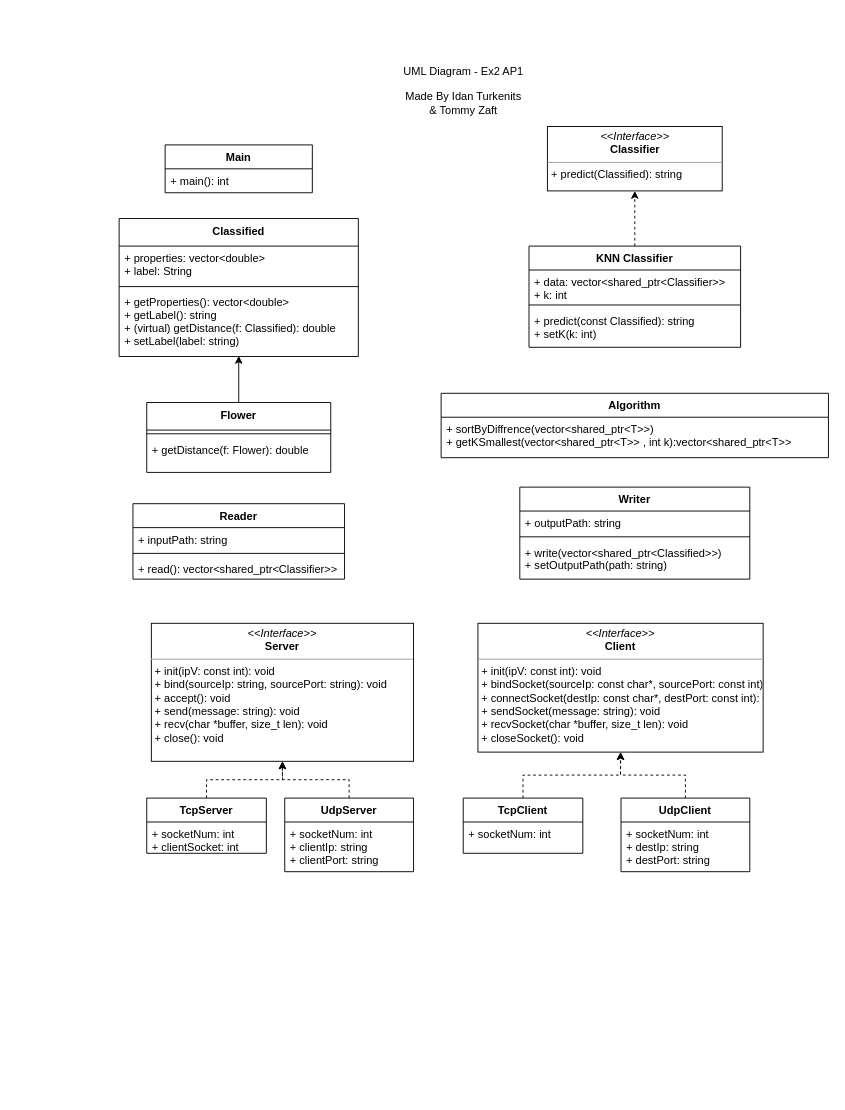
This is uml.drawio from Tom-stack3/AP1-ex3, a draw.io file, before an edit. Source tidied: cells renumbered, new cells numbered last; positions are measured from the earlier drawing's top-left corner, leaving out a move shared by most shapes. Both pictures are drawn from the tidied source at 92%, with x=0, y=0 at pixel (119, 62).
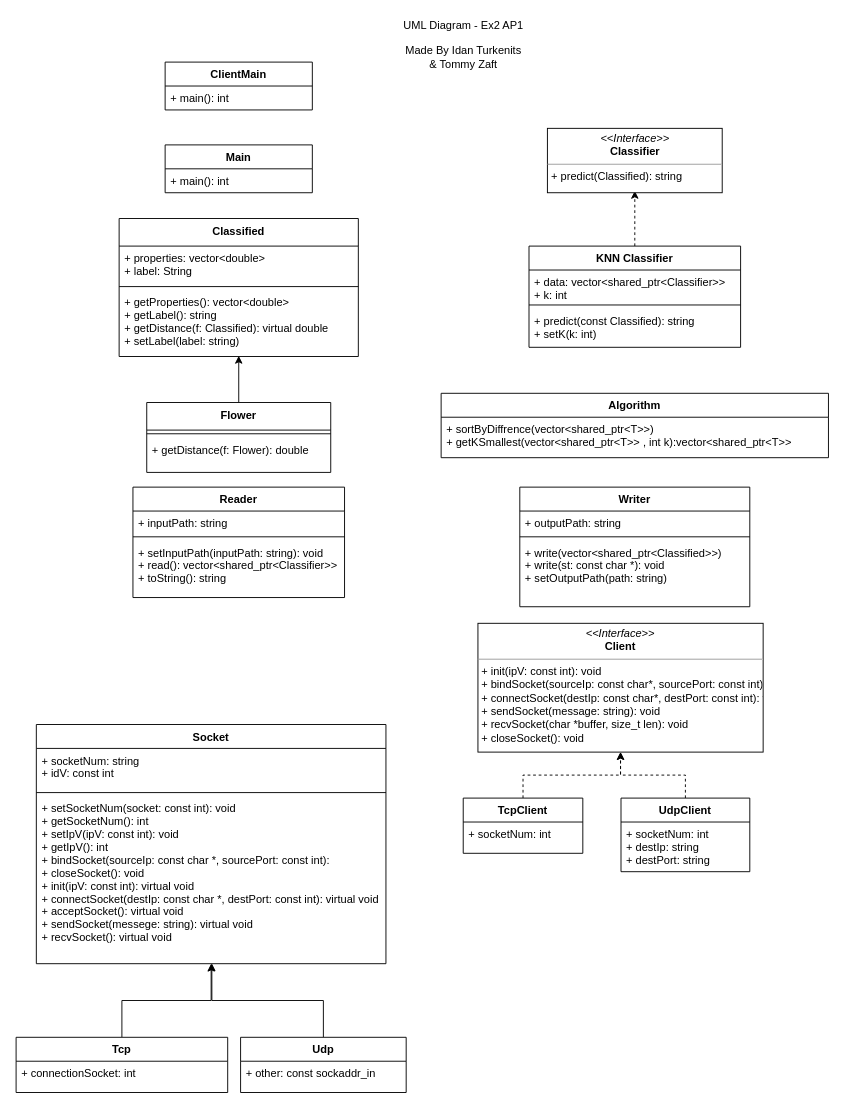
After the change.

Unchanged cells that the change refers to:
```xml
<mxCell id="22" value="KNN Classifier" style="swimlane;fontStyle=1;align=center;verticalAlign=top;horizontal=1;startSize=26;" parent="1" vertex="1">
  <mxGeometry x="445.5" y="200" width="230" height="110" as="geometry" />
</mxCell>
<mxCell id="26" value="Classified" style="swimlane;fontStyle=1;align=center;verticalAlign=top;horizontal=1;startSize=30;" parent="1" vertex="1">
  <mxGeometry y="170" width="260" height="150" as="geometry" />
</mxCell>
```

Change to the diagram source:
```diff
@@
     <mxCell id="2" value="Reader" style="swimlane;fontStyle=1;align=center;verticalAlign=top;horizontal=1;startSize=26;" parent="1" vertex="1">
-      <mxGeometry x="15" y="480" width="230" height="82" as="geometry" />
+      <mxGeometry x="15" y="462" width="230" height="120" as="geometry" />
     </mxCell>
@@
-    <mxCell id="5" value="+ read(): vector&lt;shared_ptr&lt;Classifier&gt;&gt;" style="text;strokeColor=none;fillColor=none;align=left;verticalAlign=top;spacingLeft=4;spacingRight=4;overflow=hidden;" parent="2" vertex="1">
-      <mxGeometry y="58" width="230" height="24" as="geometry" />
+    <mxCell id="5" value="+ setInputPath(inputPath: string): void&#10;+ read(): vector&lt;shared_ptr&lt;Classifier&gt;&gt;&#10;+ toString(): string" style="text;strokeColor=none;fillColor=none;align=left;verticalAlign=top;spacingLeft=4;spacingRight=4;overflow=hidden;" parent="2" vertex="1">
+      <mxGeometry y="58" width="230" height="62" as="geometry" />
     </mxCell>
-    <mxCell id="6" style="edgeStyle=orthogonalEdgeStyle;rounded=0;jettySize=auto;html=1;exitX=0.5;exitY=0;exitDx=0;exitDy=0;dashed=1;entryX=0.5;entryY=1;entryDx=0;entryDy=0;" parent="1" edge="1" source="22" target="15">
-      <mxGeometry relative="1" as="geometry" />
+    <mxCell id="6" style="edgeStyle=orthogonalEdgeStyle;rounded=0;jettySize=auto;html=1;exitX=0.5;exitY=0;exitDx=0;exitDy=0;dashed=1;entryX=0.5;entryY=1;entryDx=0;entryDy=0;" parent="1" edge="1" source="22">
+      <mxGeometry relative="1" as="geometry">
+        <mxPoint x="560.5" y="140" as="targetPoint" />
+      </mxGeometry>
     </mxCell>
@@
     <mxCell id="11" value="Writer" style="swimlane;fontStyle=1;align=center;verticalAlign=top;horizontal=1;startSize=26;" parent="1" vertex="1">
-      <mxGeometry x="435.5" y="462" width="250" height="100" as="geometry" />
+      <mxGeometry x="435.5" y="462" width="250" height="130" as="geometry" />
     </mxCell>
@@
-    <mxCell id="14" value="+ write(vector&lt;shared_ptr&lt;Classified&gt;&gt;)&#10;+ setOutputPath(path: string)" style="text;strokeColor=none;fillColor=none;align=left;verticalAlign=top;spacingLeft=4;spacingRight=4;overflow=hidden;" parent="11" vertex="1">
-      <mxGeometry y="58" width="250" height="42" as="geometry" />
+    <mxCell id="14" value="+ write(vector&lt;shared_ptr&lt;Classified&gt;&gt;)&#10;+ write(st: const char *): void&#10;+ setOutputPath(path: string)" style="text;strokeColor=none;fillColor=none;align=left;verticalAlign=top;spacingLeft=4;spacingRight=4;overflow=hidden;" parent="11" vertex="1">
+      <mxGeometry y="58" width="250" height="72" as="geometry" />
     </mxCell>
     <mxCell id="15" value="&lt;p style=&quot;margin: 0px ; margin-top: 4px ; text-align: center&quot;&gt;&lt;i&gt;&amp;lt;&amp;lt;Interface&amp;gt;&amp;gt;&lt;/i&gt;&lt;br&gt;&lt;b&gt;Classifier&lt;/b&gt;&lt;/p&gt;&lt;hr size=&quot;1&quot;&gt;&lt;p style=&quot;margin: 0px ; margin-left: 4px&quot;&gt;+ predict(Classified): string&lt;br&gt;&lt;br&gt;&lt;/p&gt;" style="verticalAlign=top;align=left;overflow=fill;fontSize=12;fontFamily=Helvetica;html=1;" parent="1" vertex="1">
-      <mxGeometry x="465.5" y="70" width="190" height="70" as="geometry" />
+      <mxGeometry x="465.5" y="72" width="190" height="70" as="geometry" />
     </mxCell>
@@
     <mxCell id="18" value="UML Diagram - Ex2 AP1" style="text;html=1;align=center;verticalAlign=middle;fillColor=none;strokeColor=none;rounded=0;" parent="1" vertex="1">
-      <mxGeometry x="299" width="150" height="20" as="geometry" />
+      <mxGeometry x="299" y="-50" width="150" height="20" as="geometry" />
     </mxCell>
     <mxCell id="19" value="Made By Idan Turkenits&lt;br&gt;&amp;amp; Tommy Zaft" style="text;html=1;align=center;verticalAlign=middle;strokeColor=none;imageWidth=50;" parent="1" vertex="1">
-      <mxGeometry x="304" y="30" width="140" height="30" as="geometry" />
+      <mxGeometry x="304" y="-20" width="140" height="30" as="geometry" />
     </mxCell>
@@
-    <mxCell id="29" value="+ getProperties(): vector&lt;double&gt;&#10;+ getLabel(): string&#10;+ (virtual) getDistance(f: Classified): double&#10;+ setLabel(label: string)" style="text;strokeColor=none;fillColor=none;align=left;verticalAlign=top;spacingLeft=4;spacingRight=4;overflow=hidden;points=[[0,0.5],[1,0.5]];portConstraint=eastwest;" parent="26" vertex="1">
+    <mxCell id="29" value="+ getProperties(): vector&lt;double&gt;&#10;+ getLabel(): string&#10;+ getDistance(f: Classified): virtual double&#10;+ setLabel(label: string)" style="text;strokeColor=none;fillColor=none;align=left;verticalAlign=top;spacingLeft=4;spacingRight=4;overflow=hidden;points=[[0,0.5],[1,0.5]];portConstraint=eastwest;" parent="26" vertex="1">
       <mxGeometry y="78" width="260" height="72" as="geometry" />
     </mxCell>
-    <mxCell id="30" value="&lt;p style=&quot;margin: 0px ; margin-top: 4px ; text-align: center&quot;&gt;&lt;i&gt;&amp;lt;&amp;lt;Interface&amp;gt;&amp;gt;&lt;/i&gt;&lt;br&gt;&lt;b&gt;Server&lt;/b&gt;&lt;/p&gt;&lt;hr size=&quot;1&quot;&gt;&lt;p style=&quot;margin: 0px 0px 0px 4px&quot;&gt;+ init(ipV: const int): void&lt;/p&gt;&lt;p style=&quot;margin: 0px 0px 0px 4px&quot;&gt;+ bind(sourceIp: string, sourcePort: string): void&lt;/p&gt;&lt;p style=&quot;margin: 0px 0px 0px 4px&quot;&gt;+ accept(): void&lt;/p&gt;&lt;p style=&quot;margin: 0px 0px 0px 4px&quot;&gt;+ send(message: string): void&lt;/p&gt;&lt;p style=&quot;margin: 0px 0px 0px 4px&quot;&gt;+ recv(char *buffer, size_t len): void&lt;/p&gt;&lt;p style=&quot;margin: 0px 0px 0px 4px&quot;&gt;+ close(): void&lt;/p&gt;&lt;p style=&quot;margin: 0px ; margin-left: 4px&quot;&gt;&lt;br&gt;&lt;/p&gt;" style="verticalAlign=top;align=left;overflow=fill;fontSize=12;fontFamily=Helvetica;html=1;" parent="1" vertex="1">
-      <mxGeometry x="35" y="610" width="285" height="150" as="geometry" />
-    </mxCell>
@@
-    <mxCell id="38" style="edgeStyle=orthogonalEdgeStyle;rounded=0;jumpStyle=none;jumpSize=2;jettySize=auto;html=1;exitX=0.5;exitY=0;exitDx=0;exitDy=0;entryX=0.5;entryY=1;entryDx=0;entryDy=0;dashed=1;" parent="1" edge="1" source="39" target="30">
-      <mxGeometry relative="1" as="geometry" />
-    </mxCell>
-    <mxCell id="39" value="TcpServer" style="swimlane;fontStyle=1;align=center;verticalAlign=top;horizontal=1;startSize=26;" parent="1" vertex="1">
-      <mxGeometry x="30" y="800" width="130" height="60" as="geometry" />
-    </mxCell>
-    <mxCell id="40" value="+ socketNum: int&#10;+ clientSocket: int" style="text;strokeColor=none;fillColor=none;align=left;verticalAlign=top;spacingLeft=4;spacingRight=4;overflow=hidden;" parent="39" vertex="1">
-      <mxGeometry y="26" width="130" height="34" as="geometry" />
-    </mxCell>
-    <mxCell id="41" style="edgeStyle=orthogonalEdgeStyle;rounded=0;jumpStyle=none;jumpSize=2;jettySize=auto;html=1;exitX=0.5;exitY=0;exitDx=0;exitDy=0;entryX=0.5;entryY=1;entryDx=0;entryDy=0;dashed=1;" parent="1" edge="1" source="42" target="30">
-      <mxGeometry relative="1" as="geometry" />
-    </mxCell>
-    <mxCell id="42" value="UdpServer" style="swimlane;fontStyle=1;align=center;verticalAlign=top;horizontal=1;startSize=26;" parent="1" vertex="1">
-      <mxGeometry x="180" y="800" width="140" height="80" as="geometry" />
-    </mxCell>
-    <mxCell id="43" value="+ socketNum: int&#10;+ clientIp: string&#10;+ clientPort: string" style="text;strokeColor=none;fillColor=none;align=left;verticalAlign=top;spacingLeft=4;spacingRight=4;overflow=hidden;" parent="42" vertex="1">
-      <mxGeometry y="26" width="140" height="54" as="geometry" />
-    </mxCell>
+    <mxCell id="44" value="Socket" style="swimlane;fontStyle=1;align=center;verticalAlign=top;horizontal=1;startSize=26;" parent="1" vertex="1">
+      <mxGeometry x="-90" y="720" width="380" height="260" as="geometry" />
+    </mxCell>
+    <mxCell id="45" value="+ socketNum: string&#10;+ idV: const int&#10;&#10;" style="text;strokeColor=none;fillColor=none;align=left;verticalAlign=top;spacingLeft=4;spacingRight=4;overflow=hidden;" parent="44" vertex="1">
+      <mxGeometry y="26" width="380" height="44" as="geometry" />
+    </mxCell>
+    <mxCell id="46" style="line;strokeWidth=1;fillColor=none;align=left;verticalAlign=middle;spacingTop=-1;spacingLeft=3;spacingRight=3;labelPosition=right;" parent="44" vertex="1">
+      <mxGeometry y="70" width="380" height="8" as="geometry" />
+    </mxCell>
+    <mxCell id="47" value="+ setSocketNum(socket: const int): void &#10;+ getSocketNum(): int&#10;+ setIpV(ipV: const int): void&#10;+ getIpV(): int&#10;+ bindSocket(sourceIp: const char *, sourcePort: const int):&#10;+ closeSocket(): void&#10;+ init(ipV: const int): virtual void&#10;+ connectSocket(destIp: const char *, destPort: const int): virtual void&#10;+ acceptSocket(): virtual void&#10;+ sendSocket(messege: string): virtual void&#10;+ recvSocket(): virtual void" style="text;strokeColor=none;fillColor=none;align=left;verticalAlign=top;spacingLeft=4;spacingRight=4;overflow=hidden;points=[[0,0.5],[1,0.5]];portConstraint=eastwest;" parent="44" vertex="1">
+      <mxGeometry y="78" width="380" height="182" as="geometry" />
+    </mxCell>
+    <mxCell id="48" style="edgeStyle=orthogonalEdgeStyle;rounded=0;jettySize=auto;html=1;exitX=0.5;exitY=0;exitDx=0;exitDy=0;entryX=0.5;entryY=1;entryDx=0;entryDy=0;entryPerimeter=0;" parent="1" edge="1" source="49" target="47">
+      <mxGeometry relative="1" as="geometry" />
+    </mxCell>
+    <mxCell id="49" value="Tcp" style="swimlane;fontStyle=1;align=center;verticalAlign=top;horizontal=1;startSize=26;" parent="1" vertex="1">
+      <mxGeometry x="-112" y="1060" width="230" height="60" as="geometry" />
+    </mxCell>
+    <mxCell id="50" value="+ connectionSocket: int&#10;" style="text;strokeColor=none;fillColor=none;align=left;verticalAlign=top;spacingLeft=4;spacingRight=4;overflow=hidden;" parent="49" vertex="1">
+      <mxGeometry y="26" width="230" height="34" as="geometry" />
+    </mxCell>
+    <mxCell id="51" style="edgeStyle=orthogonalEdgeStyle;rounded=0;jettySize=auto;html=1;exitX=0.5;exitY=0;exitDx=0;exitDy=0;entryX=0.502;entryY=0.998;entryDx=0;entryDy=0;entryPerimeter=0;" parent="1" edge="1" source="52" target="47">
+      <mxGeometry relative="1" as="geometry" />
+    </mxCell>
+    <mxCell id="52" value="Udp" style="swimlane;fontStyle=1;align=center;verticalAlign=top;horizontal=1;startSize=26;" parent="1" vertex="1">
+      <mxGeometry x="132" y="1060" width="180" height="60" as="geometry" />
+    </mxCell>
+    <mxCell id="53" value="+ other: const sockaddr_in" style="text;strokeColor=none;fillColor=none;align=left;verticalAlign=top;spacingLeft=4;spacingRight=4;overflow=hidden;" parent="52" vertex="1">
+      <mxGeometry y="26" width="180" height="34" as="geometry" />
+    </mxCell>
+    <mxCell id="54" value="ClientMain" style="swimlane;fontStyle=1;align=center;verticalAlign=top;horizontal=1;startSize=26;" parent="1" vertex="1">
+      <mxGeometry x="50" width="160" height="52" as="geometry" />
+    </mxCell>
+    <mxCell id="55" value="+ main(): int" style="text;strokeColor=none;fillColor=none;align=left;verticalAlign=top;spacingLeft=4;spacingRight=4;overflow=hidden;" parent="54" vertex="1">
+      <mxGeometry y="26" width="160" height="26" as="geometry" />
+    </mxCell>
```
